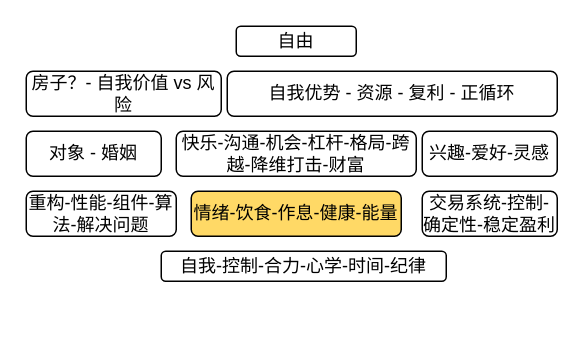
Earlier version of the draw.io diagram menus/第二阶段.drawio (Asamiyaa/microservice-k8s-yun). Source tidied: cells renumbered, new cells numbered last; positions are measured from the earlier drawing's top-left corner, leaving out a move shared by most shapes. Both pictures are drawn from the tidied source at 150%, with x=0, y=0 at pixel (26, 26).
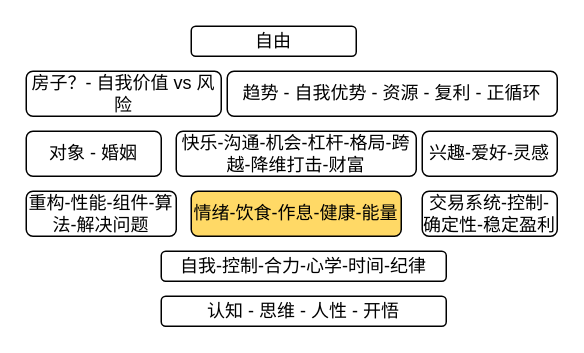
The same page after the edit.

Commit message (it also covers changes not shown here):
更新第二阶段.drawio

What changed in the source:
```diff
@@
 <mxGraphModel>
   <root>
     <mxCell id="0" />
     <mxCell id="1" parent="0" />
     <mxCell id="2" value="自我-控制-合力-心学-时间-纪律" style="rounded=1;whiteSpace=wrap;html=1;" parent="1" vertex="1">
       <mxGeometry x="90" y="150" width="190" height="20" as="geometry" />
     </mxCell>
     <mxCell id="3" value="重构-性能-组件-算法-解决问题" style="rounded=1;whiteSpace=wrap;html=1;" parent="1" vertex="1">
       <mxGeometry y="110" width="100" height="30" as="geometry" />
     </mxCell>
     <mxCell id="4" value="情绪-饮食-作息-健康-能量" style="rounded=1;whiteSpace=wrap;html=1;fillColor=#FFD966;" parent="1" vertex="1">
       <mxGeometry x="110" y="110" width="140" height="30" as="geometry" />
     </mxCell>
     <mxCell id="5" value="交易系统-控制-确定性-稳定盈利" style="rounded=1;whiteSpace=wrap;html=1;" parent="1" vertex="1">
       <mxGeometry x="264" y="110" width="90" height="30" as="geometry" />
     </mxCell>
     <mxCell id="6" value="对象 - 婚姻" style="rounded=1;whiteSpace=wrap;html=1;" parent="1" vertex="1">
       <mxGeometry y="70" width="90" height="30" as="geometry" />
     </mxCell>
     <mxCell id="7" value="兴趣-爱好-灵感" style="rounded=1;whiteSpace=wrap;html=1;" parent="1" vertex="1">
       <mxGeometry x="264" y="70" width="90" height="30" as="geometry" />
     </mxCell>
     <mxCell id="8" value="快乐-沟通-机会-杠杆-格局-跨越-降维打击-财富" style="rounded=1;whiteSpace=wrap;html=1;" parent="1" vertex="1">
       <mxGeometry x="100" y="70" width="160" height="30" as="geometry" />
     </mxCell>
     <mxCell id="9" value="自由" style="rounded=1;whiteSpace=wrap;html=1;" parent="1" vertex="1">
-      <mxGeometry x="140" width="80" height="20" as="geometry" />
+      <mxGeometry x="110" width="110" height="20" as="geometry" />
     </mxCell>
-    <mxCell id="10" value="自我优势 - 资源 - 复利 - 正循环" style="rounded=1;whiteSpace=wrap;html=1;" parent="1" vertex="1">
+    <mxCell id="10" value="趋势 - 自我优势 - 资源 - 复利 - 正循环" style="rounded=1;whiteSpace=wrap;html=1;" parent="1" vertex="1">
       <mxGeometry x="134" y="30" width="220" height="30" as="geometry" />
     </mxCell>
     <mxCell id="11" value="房子？- 自我价值 vs 风险" style="rounded=1;whiteSpace=wrap;html=1;" parent="1" vertex="1">
       <mxGeometry y="30" width="130" height="30" as="geometry" />
     </mxCell>
+    <mxCell id="12" value="认知 - 思维 - 人性 - 开悟" style="rounded=1;whiteSpace=wrap;html=1;" parent="1" vertex="1">
+      <mxGeometry x="90" y="180" width="190" height="20" as="geometry" />
+    </mxCell>
   </root>
 </mxGraphModel>
```
